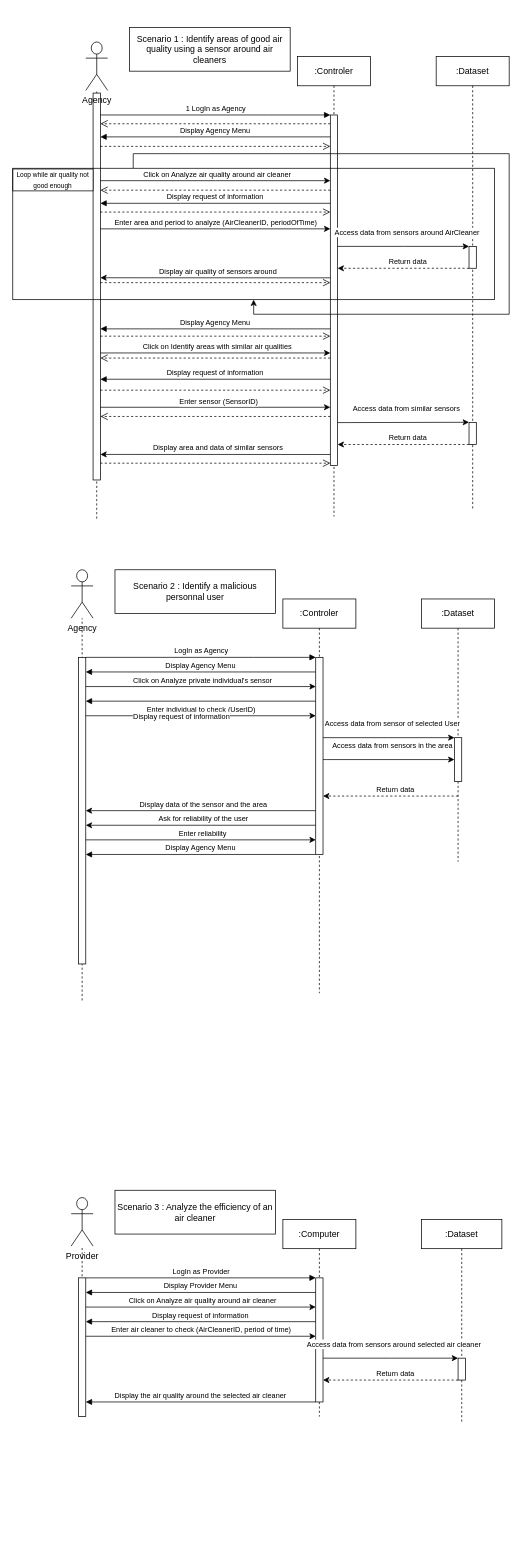
Florian-LeVasseur/UML keeps this draw.io diagram as Sequence Diagram.drawio. Above is the earlier version. Source tidied: cells renumbered, new cells numbered last; positions are measured from the earlier drawing's top-left corner, leaving out a move shared by most shapes. Both pictures are drawn from the tidied source at 73%, with x=0, y=0 at pixel (12, 12).
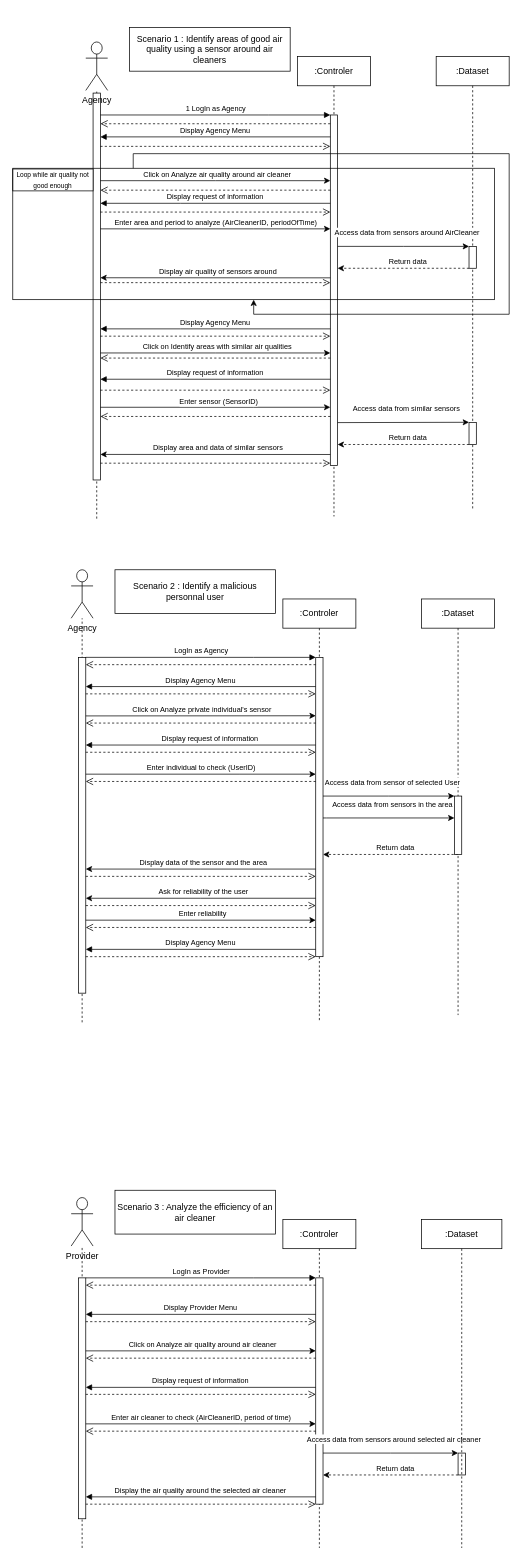
After the change.

Commit message (it also covers changes not shown here):
Mettre à jour Sequence Diagram.drawio

The change refers to these unchanged cells:
```xml
<mxCell id="52" style="group;" parent="1" vertex="1">
  <mxGeometry x="80" y="1123" width="540" height="480" as="geometry" />
</mxCell>
<mxCell id="78" value="&lt;div&gt;Provider&lt;/div&gt;&lt;div&gt;&lt;br&gt;&lt;/div&gt;" style="shape=umlActor;verticalLabelPosition=bottom;verticalAlign=top;html=1;outlineConnect=0;" parent="77" vertex="1">
  <mxGeometry x="-20" y="100" width="30" height="66.4" as="geometry" />
</mxCell>
<mxCell id="99" value="&lt;div&gt;Agency&lt;/div&gt;&lt;div&gt;&lt;br&gt;&lt;/div&gt;" style="shape=umlActor;verticalLabelPosition=bottom;verticalAlign=top;html=1;outlineConnect=0;" parent="1" vertex="1">
  <mxGeometry x="80" y="763" width="30" height="66.4" as="geometry" />
</mxCell>
```

Diff of the diagram source:
```diff
@@
     <mxCell id="47" value=":Controler" style="shape=umlLifeline;perimeter=lifelinePerimeter;whiteSpace=wrap;html=1;newEdgeStyle={&quot;edgeStyle&quot;:&quot;elbowEdgeStyle&quot;,&quot;elbow&quot;:&quot;vertical&quot;,&quot;curved&quot;:0,&quot;rounded&quot;:0};" parent="1" vertex="1">
-      <mxGeometry x="370" y="803" width="100" height="540" as="geometry" />
+      <mxGeometry x="370" y="803" width="100" height="580" as="geometry" />
     </mxCell>
     <mxCell id="48" style="html=1;points=[];perimeter=orthogonalPerimeter;outlineConnect=0;targetShapes=umlLifeline;portConstraint=eastwest;newEdgeStyle={&quot;edgeStyle&quot;:&quot;elbowEdgeStyle&quot;,&quot;elbow&quot;:&quot;vertical&quot;,&quot;curved&quot;:0,&quot;rounded&quot;:0};" parent="47" vertex="1">
-      <mxGeometry x="45" y="80" width="10" height="270" as="geometry" />
+      <mxGeometry x="45" y="80" width="10" height="410" as="geometry" />
     </mxCell>
@@
-    <mxCell id="50" value="&lt;font style=&quot;font-size: 10px;&quot;&gt;Display Agency Menu&lt;/font&gt;" style="html=1;verticalAlign=bottom;endArrow=block;edgeStyle=elbowEdgeStyle;elbow=vertical;curved=0;rounded=0;" parent="1" edge="1" source="48" target="53">
+    <mxCell id="50" value="&lt;font style=&quot;font-size: 10px;&quot;&gt;Display Agency Menu&lt;/font&gt;" style="html=1;verticalAlign=bottom;endArrow=block;edgeStyle=elbowEdgeStyle;elbow=vertical;curved=0;rounded=0;" parent="1" edge="1">
       <mxGeometry relative="1" as="geometry">
+        <mxPoint x="415" y="923" as="sourcePoint" />
+        <mxPoint x="100" y="923" as="targetPoint" />
         <Array as="points">
-          <mxPoint x="210" y="903" />
-          <mxPoint x="340" y="923" />
+          <mxPoint x="210" y="923" />
+          <mxPoint x="340" y="943" />
         </Array>
       </mxGeometry>
     </mxCell>
     <mxCell id="51" style="endArrow=none;dashed=1;html=1;rounded=0;" parent="1" edge="1" target="99">
       <mxGeometry relative="1" as="geometry">
-        <mxPoint x="95" y="1353" as="sourcePoint" />
+        <mxPoint x="95" y="1383" as="sourcePoint" />
       </mxGeometry>
     </mxCell>
@@
     <mxCell id="53" style="html=1;points=[];perimeter=orthogonalPerimeter;outlineConnect=0;targetShapes=umlLifeline;portConstraint=eastwest;newEdgeStyle={&quot;edgeStyle&quot;:&quot;elbowEdgeStyle&quot;,&quot;elbow&quot;:&quot;vertical&quot;,&quot;curved&quot;:0,&quot;rounded&quot;:0};" parent="52" vertex="1">
-      <mxGeometry x="10" y="-240" width="10" height="420" as="geometry" />
+      <mxGeometry x="10" y="-240" width="10" height="460" as="geometry" />
     </mxCell>
     <mxCell id="54" value="&lt;font style=&quot;font-size: 10px;&quot;&gt;Display Agency Menu&lt;/font&gt;" style="html=1;verticalAlign=bottom;endArrow=block;edgeStyle=elbowEdgeStyle;elbow=vertical;curved=0;rounded=0;" parent="52" edge="1">
       <mxGeometry relative="1" as="geometry">
-        <mxPoint x="335" y="30" as="sourcePoint" />
-        <mxPoint x="20" y="30" as="targetPoint" />
+        <mxPoint x="335" y="160" as="sourcePoint" />
+        <mxPoint x="20" y="160" as="targetPoint" />
         <Array as="points">
-          <mxPoint x="130" y="30" />
-          <mxPoint x="260" y="50" />
+          <mxPoint x="130" y="160" />
+          <mxPoint x="260" y="180" />
         </Array>
       </mxGeometry>
     </mxCell>
     <mxCell id="55" style="edgeStyle=elbowEdgeStyle;rounded=0;orthogonalLoop=1;jettySize=auto;html=1;elbow=vertical;curved=0;" parent="52" edge="1">
       <mxGeometry relative="1" as="geometry">
-        <mxPoint x="335" y="-30" as="sourcePoint" />
-        <mxPoint x="20" y="-30" as="targetPoint" />
+        <mxPoint x="335" y="50" as="sourcePoint" />
+        <mxPoint x="20" y="50" as="targetPoint" />
       </mxGeometry>
     </mxCell>
@@
     <mxCell id="57" style="edgeStyle=elbowEdgeStyle;rounded=0;orthogonalLoop=1;jettySize=auto;html=1;elbow=vertical;curved=0;" parent="52" edge="1">
       <mxGeometry relative="1" as="geometry">
-        <mxPoint x="335" y="-10" as="sourcePoint" />
-        <mxPoint x="20" y="-10" as="targetPoint" />
+        <mxPoint x="335" y="90" as="sourcePoint" />
+        <mxPoint x="20" y="90" as="targetPoint" />
       </mxGeometry>
     </mxCell>
@@
     <mxCell id="59" style="edgeStyle=elbowEdgeStyle;rounded=0;orthogonalLoop=1;jettySize=auto;html=1;elbow=vertical;curved=0;" parent="52" edge="1">
       <mxGeometry relative="1" as="geometry">
-        <mxPoint x="20" y="10" as="sourcePoint" />
-        <mxPoint x="335" y="10" as="targetPoint" />
+        <mxPoint x="20" y="120" as="sourcePoint" />
+        <mxPoint x="335" y="120" as="targetPoint" />
       </mxGeometry>
     </mxCell>
@@
-    <mxCell id="61" style="edgeStyle=elbowEdgeStyle;rounded=0;jettySize=auto;html=1;elbow=vertical;curved=0;dashed=1;" parent="52" edge="1" target="48">
+    <mxCell id="61" style="edgeStyle=elbowEdgeStyle;rounded=0;orthogonalLoop=1;jettySize=auto;html=1;elbow=vertical;curved=0;dashed=1;" parent="52" edge="1">
       <mxGeometry relative="1" as="geometry">
-        <mxPoint x="530" y="-50" as="sourcePoint" />
+        <mxPoint x="530" y="30" as="sourcePoint" />
+        <mxPoint x="345" y="30.2" as="targetPoint" />
       </mxGeometry>
     </mxCell>
@@
+    <mxCell id="100" style="html=1;verticalAlign=bottom;endArrow=open;dashed=1;endSize=8;curved=0;rounded=0;" parent="52" edge="1">
+      <mxGeometry relative="1" as="geometry">
+        <mxPoint x="20" y="60" as="sourcePoint" />
+        <mxPoint x="335" y="60" as="targetPoint" />
+      </mxGeometry>
+    </mxCell>
+    <mxCell id="101" style="html=1;verticalAlign=bottom;endArrow=open;dashed=1;endSize=8;curved=0;rounded=0;" parent="52" edge="1">
+      <mxGeometry relative="1" as="geometry">
+        <mxPoint x="20" y="100" as="sourcePoint" />
+        <mxPoint x="335" y="100" as="targetPoint" />
+      </mxGeometry>
+    </mxCell>
+    <mxCell id="102" style="html=1;verticalAlign=bottom;endArrow=open;dashed=1;endSize=8;curved=0;rounded=0;" parent="52" edge="1">
+      <mxGeometry relative="1" as="geometry">
+        <mxPoint x="20" y="170" as="sourcePoint" />
+        <mxPoint x="335" y="170" as="targetPoint" />
+      </mxGeometry>
+    </mxCell>
+    <mxCell id="103" style="html=1;verticalAlign=bottom;endArrow=open;dashed=1;endSize=8;curved=0;rounded=0;" parent="52" edge="1">
+      <mxGeometry relative="1" as="geometry">
+        <mxPoint x="335" y="130" as="sourcePoint" />
+        <mxPoint x="20" y="130" as="targetPoint" />
+      </mxGeometry>
+    </mxCell>
     <mxCell id="63" style="edgeStyle=elbowEdgeStyle;rounded=0;orthogonalLoop=1;jettySize=auto;html=1;elbow=vertical;curved=0;" parent="1" edge="1">
       <mxGeometry relative="1" as="geometry">
-        <mxPoint x="100" y="923" as="sourcePoint" />
-        <mxPoint x="415" y="923" as="targetPoint" />
+        <mxPoint x="100" y="963.2" as="sourcePoint" />
+        <mxPoint x="415" y="963.2" as="targetPoint" />
       </mxGeometry>
     </mxCell>
@@
-    <mxCell id="65" style="edgeStyle=elbowEdgeStyle;rounded=0;jettySize=auto;html=1;elbow=vertical;curved=0;" parent="1" edge="1" source="53" target="48">
+    <mxCell id="65" style="edgeStyle=elbowEdgeStyle;rounded=0;orthogonalLoop=1;jettySize=auto;html=1;elbow=vertical;curved=0;" parent="1" edge="1">
       <mxGeometry relative="1" as="geometry">
+        <mxPoint x="100" y="1043" as="sourcePoint" />
+        <mxPoint x="415" y="1043" as="targetPoint" />
         <Array as="points">
-          <mxPoint x="310" y="963" />
-          <mxPoint x="260" y="983" />
-          <mxPoint x="310" y="963" />
-          <mxPoint x="260" y="963" />
+          <mxPoint x="310" y="1043" />
+          <mxPoint x="260" y="1063" />
+          <mxPoint x="310" y="1043" />
+          <mxPoint x="260" y="1043" />
         </Array>
       </mxGeometry>
     </mxCell>
@@
     <mxCell id="67" value="&lt;div&gt;:Dataset&lt;/div&gt;" style="shape=umlLifeline;perimeter=lifelinePerimeter;whiteSpace=wrap;html=1;newEdgeStyle={&quot;edgeStyle&quot;:&quot;elbowEdgeStyle&quot;,&quot;elbow&quot;:&quot;vertical&quot;,&quot;curved&quot;:0,&quot;rounded&quot;:0};size=40;" parent="1" vertex="1">
-      <mxGeometry x="560" y="803" width="100" height="360" as="geometry" />
+      <mxGeometry x="560" y="803" width="100" height="570" as="geometry" />
     </mxCell>
@@
     <mxCell id="69" style="edgeStyle=elbowEdgeStyle;rounded=0;orthogonalLoop=1;jettySize=auto;html=1;elbow=vertical;curved=0;" parent="1" edge="1">
       <mxGeometry relative="1" as="geometry">
-        <mxPoint x="425" y="993" as="sourcePoint" />
-        <mxPoint x="605" y="993" as="targetPoint" />
+        <mxPoint x="425" y="1073" as="sourcePoint" />
+        <mxPoint x="605" y="1073" as="targetPoint" />
       </mxGeometry>
     </mxCell>
@@
     <mxCell id="71" value="&lt;font style=&quot;font-size: 10px;&quot;&gt;Display request of information&lt;br&gt;&lt;/font&gt;" style="html=1;verticalAlign=bottom;endArrow=block;edgeStyle=elbowEdgeStyle;elbow=vertical;curved=0;rounded=0;" parent="1" edge="1">
-      <mxGeometry x="0.17" y="30" relative="1" as="geometry">
-        <mxPoint x="415" y="943" as="sourcePoint" />
-        <mxPoint x="100" y="943" as="targetPoint" />
+      <mxGeometry x="-0.08" relative="1" as="geometry">
+        <mxPoint x="415" y="1003.1" as="sourcePoint" />
+        <mxPoint x="100" y="1003.1" as="targetPoint" />
         <Array as="points">
-          <mxPoint x="210" y="943" />
-          <mxPoint x="340" y="963" />
+          <mxPoint x="210" y="1003.1" />
+          <mxPoint x="340" y="1023.1" />
         </Array>
       </mxGeometry>
     </mxCell>
-    <mxCell id="72" value="&lt;div&gt;:Computer&lt;/div&gt;" style="shape=umlLifeline;perimeter=lifelinePerimeter;whiteSpace=wrap;html=1;newEdgeStyle={&quot;edgeStyle&quot;:&quot;elbowEdgeStyle&quot;,&quot;elbow&quot;:&quot;vertical&quot;,&quot;curved&quot;:0,&quot;rounded&quot;:0};" parent="1" vertex="1">
-      <mxGeometry x="370" y="1653" width="100" height="270" as="geometry" />
+    <mxCell id="72" value="&lt;div&gt;:Controler&lt;/div&gt;" style="shape=umlLifeline;perimeter=lifelinePerimeter;whiteSpace=wrap;html=1;newEdgeStyle={&quot;edgeStyle&quot;:&quot;elbowEdgeStyle&quot;,&quot;elbow&quot;:&quot;vertical&quot;,&quot;curved&quot;:0,&quot;rounded&quot;:0};" parent="1" vertex="1">
+      <mxGeometry x="370" y="1653" width="100" height="450" as="geometry" />
     </mxCell>
     <mxCell id="73" style="html=1;points=[];perimeter=orthogonalPerimeter;outlineConnect=0;targetShapes=umlLifeline;portConstraint=eastwest;newEdgeStyle={&quot;edgeStyle&quot;:&quot;elbowEdgeStyle&quot;,&quot;elbow&quot;:&quot;vertical&quot;,&quot;curved&quot;:0,&quot;rounded&quot;:0};" parent="72" vertex="1">
-      <mxGeometry x="45" y="80" width="10" height="170" as="geometry" />
+      <mxGeometry x="45" y="80" width="10" height="310" as="geometry" />
     </mxCell>
@@
-    <mxCell id="75" value="&lt;font style=&quot;font-size: 10px;&quot;&gt;Display Provider Menu&lt;/font&gt;" style="html=1;verticalAlign=bottom;endArrow=block;edgeStyle=elbowEdgeStyle;elbow=vertical;curved=0;rounded=0;" parent="1" edge="1" source="73" target="79">
-      <mxGeometry relative="1" as="geometry">
-        <Array as="points">
-          <mxPoint x="210" y="1753" />
-          <mxPoint x="340" y="1773" />
-        </Array>
-      </mxGeometry>
-    </mxCell>
     <mxCell id="76" style="endArrow=none;dashed=1;html=1;rounded=0;" parent="1" edge="1" target="78">
       <mxGeometry relative="1" as="geometry">
-        <mxPoint x="95" y="1923" as="sourcePoint" />
+        <mxPoint x="95" y="2103" as="sourcePoint" />
       </mxGeometry>
     </mxCell>
     <mxCell id="77" style="group;" parent="1" vertex="1">
-      <mxGeometry x="100" y="1523" width="540" height="450" as="geometry" />
+      <mxGeometry x="100" y="1523" width="540" height="540" as="geometry" />
     </mxCell>
@@
     <mxCell id="79" style="html=1;points=[];perimeter=orthogonalPerimeter;outlineConnect=0;targetShapes=umlLifeline;portConstraint=eastwest;newEdgeStyle={&quot;edgeStyle&quot;:&quot;elbowEdgeStyle&quot;,&quot;elbow&quot;:&quot;vertical&quot;,&quot;curved&quot;:0,&quot;rounded&quot;:0};" parent="77" vertex="1">
-      <mxGeometry x="-10" y="210" width="10" height="190" as="geometry" />
+      <mxGeometry x="-10" y="210" width="10" height="330" as="geometry" />
     </mxCell>
+    <mxCell id="75" value="&lt;font style=&quot;font-size: 10px;&quot;&gt;Display Provider Menu&lt;/font&gt;" style="html=1;verticalAlign=bottom;endArrow=block;edgeStyle=elbowEdgeStyle;elbow=vertical;curved=0;rounded=0;" parent="77" edge="1">
+      <mxGeometry relative="1" as="geometry">
+        <mxPoint x="315" y="260" as="sourcePoint" />
+        <mxPoint y="260" as="targetPoint" />
+        <Array as="points">
+          <mxPoint x="110" y="260" />
+          <mxPoint x="240" y="280" />
+        </Array>
+      </mxGeometry>
+    </mxCell>
     <mxCell id="80" value="&lt;font style=&quot;font-size: 10px;&quot;&gt;Display the air quality around the selected air cleaner&lt;br&gt;&lt;/font&gt;" style="html=1;verticalAlign=bottom;endArrow=block;edgeStyle=elbowEdgeStyle;elbow=vertical;curved=0;rounded=0;" parent="77" edge="1">
       <mxGeometry relative="1" as="geometry">
-        <mxPoint x="315" y="380" as="sourcePoint" />
-        <mxPoint y="380" as="targetPoint" />
+        <mxPoint x="315" y="510" as="sourcePoint" />
+        <mxPoint y="510" as="targetPoint" />
         <Array as="points">
-          <mxPoint x="110" y="380" />
-          <mxPoint x="240" y="400" />
+          <mxPoint x="110" y="510" />
+          <mxPoint x="240" y="530" />
         </Array>
       </mxGeometry>
     </mxCell>
-    <mxCell id="81" style="edgeStyle=elbowEdgeStyle;rounded=0;orthogonalLoop=1;jettySize=auto;html=1;elbow=vertical;curved=0;" parent="1" edge="1">
+    <mxCell id="81" style="edgeStyle=elbowEdgeStyle;rounded=0;orthogonalLoop=1;jettySize=auto;html=1;elbow=vertical;curved=0;" parent="77" edge="1">
       <mxGeometry relative="1" as="geometry">
-        <mxPoint x="100" y="1773" as="sourcePoint" />
-        <mxPoint x="415" y="1773" as="targetPoint" />
+        <mxPoint y="310" as="sourcePoint" />
+        <mxPoint x="315" y="310" as="targetPoint" />
       </mxGeometry>
     </mxCell>
@@
-    <mxCell id="83" style="edgeStyle=elbowEdgeStyle;rounded=0;jettySize=auto;html=1;elbow=vertical;curved=0;" parent="1" edge="1" source="79" target="73">
+    <mxCell id="83" style="edgeStyle=elbowEdgeStyle;rounded=0;orthogonalLoop=1;jettySize=auto;html=1;elbow=vertical;curved=0;" parent="77" edge="1">
       <mxGeometry relative="1" as="geometry">
+        <mxPoint y="410" as="sourcePoint" />
+        <mxPoint x="315" y="410" as="targetPoint" />
         <Array as="points">
-          <mxPoint x="310" y="1813" />
-          <mxPoint x="260" y="1833" />
-          <mxPoint x="310" y="1813" />
-          <mxPoint x="260" y="1813" />
+          <mxPoint x="210" y="410" />
+          <mxPoint x="160" y="430" />
+          <mxPoint x="210" y="410" />
+          <mxPoint x="160" y="410" />
         </Array>
       </mxGeometry>
     </mxCell>
@@
-    <mxCell id="85" value="Scenario 3 : Analyze the efficiency of an air cleaner" style="rounded=0;whiteSpace=wrap;html=1;" parent="1" vertex="1">
-      <mxGeometry x="140" y="1613" width="220" height="60" as="geometry" />
-    </mxCell>
-    <mxCell id="86" value="&lt;div&gt;:Dataset&lt;/div&gt;" style="shape=umlLifeline;perimeter=lifelinePerimeter;whiteSpace=wrap;html=1;newEdgeStyle={&quot;edgeStyle&quot;:&quot;elbowEdgeStyle&quot;,&quot;elbow&quot;:&quot;vertical&quot;,&quot;curved&quot;:0,&quot;rounded&quot;:0};" parent="1" vertex="1">
-      <mxGeometry x="560" y="1653" width="110" height="280" as="geometry" />
-    </mxCell>
-    <mxCell id="87" style="html=1;points=[];perimeter=orthogonalPerimeter;outlineConnect=0;targetShapes=umlLifeline;portConstraint=eastwest;newEdgeStyle={&quot;edgeStyle&quot;:&quot;elbowEdgeStyle&quot;,&quot;elbow&quot;:&quot;vertical&quot;,&quot;curved&quot;:0,&quot;rounded&quot;:0};" parent="86" vertex="1">
-      <mxGeometry x="50" y="190" width="10" height="30" as="geometry" />
+    <mxCell id="87" style="html=1;points=[];perimeter=orthogonalPerimeter;outlineConnect=0;targetShapes=umlLifeline;portConstraint=eastwest;newEdgeStyle={&quot;edgeStyle&quot;:&quot;elbowEdgeStyle&quot;,&quot;elbow&quot;:&quot;vertical&quot;,&quot;curved&quot;:0,&quot;rounded&quot;:0};" parent="77" vertex="1">
+      <mxGeometry x="510" y="450" width="10" height="30" as="geometry" />
     </mxCell>
-    <mxCell id="88" style="edgeStyle=elbowEdgeStyle;rounded=0;jettySize=auto;html=1;elbow=vertical;curved=0;" parent="1" edge="1" target="87">
+    <mxCell id="88" style="edgeStyle=elbowEdgeStyle;rounded=0;jettySize=auto;html=1;elbow=vertical;curved=0;" parent="77" edge="1" target="87">
       <mxGeometry relative="1" as="geometry">
-        <mxPoint x="425" y="1843" as="sourcePoint" />
+        <mxPoint x="325" y="450" as="sourcePoint" />
       </mxGeometry>
     </mxCell>
@@
-    <mxCell id="90" style="edgeStyle=elbowEdgeStyle;rounded=0;jettySize=auto;html=1;elbow=vertical;curved=0;dashed=1;" parent="1" edge="1" source="87">
+    <mxCell id="90" style="edgeStyle=elbowEdgeStyle;rounded=0;jettySize=auto;html=1;elbow=vertical;curved=0;dashed=1;" parent="77" edge="1" source="87">
       <mxGeometry relative="1" as="geometry">
-        <mxPoint x="425" y="1873" as="targetPoint" />
+        <mxPoint x="325" y="480" as="targetPoint" />
       </mxGeometry>
     </mxCell>
@@
-    <mxCell id="92" value="&lt;font style=&quot;font-size: 10px;&quot;&gt;Display request of information&lt;br&gt;&lt;/font&gt;" style="html=1;verticalAlign=bottom;endArrow=block;edgeStyle=elbowEdgeStyle;elbow=vertical;curved=0;rounded=0;" parent="1" edge="1">
+    <mxCell id="92" value="&lt;font style=&quot;font-size: 10px;&quot;&gt;Display request of information&lt;br&gt;&lt;/font&gt;" style="html=1;verticalAlign=bottom;endArrow=block;edgeStyle=elbowEdgeStyle;elbow=vertical;curved=0;rounded=0;" parent="77" edge="1">
       <mxGeometry relative="1" as="geometry">
-        <mxPoint x="415" y="1793" as="sourcePoint" />
-        <mxPoint x="100" y="1793" as="targetPoint" />
+        <mxPoint x="315" y="360" as="sourcePoint" />
+        <mxPoint y="360" as="targetPoint" />
         <Array as="points">
-          <mxPoint x="210" y="1793" />
-          <mxPoint x="340" y="1813" />
+          <mxPoint x="110" y="360" />
+          <mxPoint x="240" y="380" />
         </Array>
       </mxGeometry>
     </mxCell>
+    <mxCell id="104" style="html=1;verticalAlign=bottom;endArrow=open;dashed=1;endSize=8;curved=0;rounded=0;" parent="77" edge="1">
+      <mxGeometry relative="1" as="geometry">
+        <mxPoint y="270" as="sourcePoint" />
+        <mxPoint x="315" y="270" as="targetPoint" />
+      </mxGeometry>
+    </mxCell>
+    <mxCell id="105" style="html=1;verticalAlign=bottom;endArrow=open;dashed=1;endSize=8;curved=0;rounded=0;" parent="77" edge="1">
+      <mxGeometry relative="1" as="geometry">
+        <mxPoint y="369.6" as="sourcePoint" />
+        <mxPoint x="315" y="369.6" as="targetPoint" />
+      </mxGeometry>
+    </mxCell>
+    <mxCell id="106" style="html=1;verticalAlign=bottom;endArrow=open;dashed=1;endSize=8;curved=0;rounded=0;" parent="77" edge="1">
+      <mxGeometry relative="1" as="geometry">
+        <mxPoint y="520" as="sourcePoint" />
+        <mxPoint x="315" y="520" as="targetPoint" />
+      </mxGeometry>
+    </mxCell>
+    <mxCell id="107" style="html=1;verticalAlign=bottom;endArrow=open;dashed=1;endSize=8;curved=0;rounded=0;" parent="77" edge="1">
+      <mxGeometry relative="1" as="geometry">
+        <mxPoint x="315" y="220" as="sourcePoint" />
+        <mxPoint y="220" as="targetPoint" />
+      </mxGeometry>
+    </mxCell>
+    <mxCell id="108" style="html=1;verticalAlign=bottom;endArrow=open;dashed=1;endSize=8;curved=0;rounded=0;" parent="77" edge="1">
+      <mxGeometry relative="1" as="geometry">
+        <mxPoint x="315" y="320" as="sourcePoint" />
+        <mxPoint y="320" as="targetPoint" />
+      </mxGeometry>
+    </mxCell>
+    <mxCell id="109" style="html=1;verticalAlign=bottom;endArrow=open;dashed=1;endSize=8;curved=0;rounded=0;" parent="77" edge="1">
+      <mxGeometry relative="1" as="geometry">
+        <mxPoint x="315" y="420" as="sourcePoint" />
+        <mxPoint y="420" as="targetPoint" />
+      </mxGeometry>
+    </mxCell>
+    <mxCell id="85" value="Scenario 3 : Analyze the efficiency of an air cleaner" style="rounded=0;whiteSpace=wrap;html=1;" parent="1" vertex="1">
+      <mxGeometry x="140" y="1613" width="220" height="60" as="geometry" />
+    </mxCell>
+    <mxCell id="86" value="&lt;div&gt;:Dataset&lt;/div&gt;" style="shape=umlLifeline;perimeter=lifelinePerimeter;whiteSpace=wrap;html=1;newEdgeStyle={&quot;edgeStyle&quot;:&quot;elbowEdgeStyle&quot;,&quot;elbow&quot;:&quot;vertical&quot;,&quot;curved&quot;:0,&quot;rounded&quot;:0};" parent="1" vertex="1">
+      <mxGeometry x="560" y="1653" width="110" height="450" as="geometry" />
+    </mxCell>
     <mxCell id="93" style="html=1;points=[];perimeter=orthogonalPerimeter;outlineConnect=0;targetShapes=umlLifeline;portConstraint=eastwest;newEdgeStyle={&quot;edgeStyle&quot;:&quot;elbowEdgeStyle&quot;,&quot;elbow&quot;:&quot;vertical&quot;,&quot;curved&quot;:0,&quot;rounded&quot;:0};" parent="1" vertex="1">
-      <mxGeometry x="605" y="993" width="10" height="60" as="geometry" />
+      <mxGeometry x="605" y="1073" width="10" height="80" as="geometry" />
     </mxCell>
-    <mxCell id="94" style="edgeStyle=elbowEdgeStyle;rounded=0;jettySize=auto;html=1;elbow=vertical;curved=0;" parent="1" edge="1" source="48" target="93">
+    <mxCell id="94" style="edgeStyle=elbowEdgeStyle;rounded=0;jettySize=auto;html=1;elbow=vertical;curved=0;" parent="1" edge="1" target="93">
       <mxGeometry relative="1" as="geometry">
+        <mxPoint x="425" y="1103" as="sourcePoint" />
         <Array as="points">
-          <mxPoint x="430" y="1023" />
+          <mxPoint x="430" y="1103" />
         </Array>
       </mxGeometry>
     </mxCell>
@@
+    <mxCell id="110" style="html=1;verticalAlign=bottom;endArrow=open;dashed=1;endSize=8;curved=0;rounded=0;" parent="1" edge="1">
+      <mxGeometry relative="1" as="geometry">
+        <mxPoint x="415" y="893" as="sourcePoint" />
+        <mxPoint x="100" y="893" as="targetPoint" />
+      </mxGeometry>
+    </mxCell>
+    <mxCell id="111" style="html=1;verticalAlign=bottom;endArrow=open;dashed=1;endSize=8;curved=0;rounded=0;" parent="1" edge="1">
+      <mxGeometry relative="1" as="geometry">
+        <mxPoint x="415" y="973" as="sourcePoint" />
+        <mxPoint x="100" y="973" as="targetPoint" />
+      </mxGeometry>
+    </mxCell>
+    <mxCell id="112" style="html=1;verticalAlign=bottom;endArrow=open;dashed=1;endSize=8;curved=0;rounded=0;" parent="1" edge="1">
+      <mxGeometry relative="1" as="geometry">
+        <mxPoint x="415" y="1053" as="sourcePoint" />
+        <mxPoint x="100" y="1053" as="targetPoint" />
+      </mxGeometry>
+    </mxCell>
+    <mxCell id="113" style="html=1;verticalAlign=bottom;endArrow=open;dashed=1;endSize=8;curved=0;rounded=0;" parent="1" edge="1">
+      <mxGeometry relative="1" as="geometry">
+        <mxPoint x="100" y="933" as="sourcePoint" />
+        <mxPoint x="415" y="933" as="targetPoint" />
+      </mxGeometry>
+    </mxCell>
+    <mxCell id="114" style="html=1;verticalAlign=bottom;endArrow=open;dashed=1;endSize=8;curved=0;rounded=0;" parent="1" edge="1">
+      <mxGeometry relative="1" as="geometry">
+        <mxPoint x="100" y="1013" as="sourcePoint" />
+        <mxPoint x="415" y="1013" as="targetPoint" />
+      </mxGeometry>
+    </mxCell>
```
